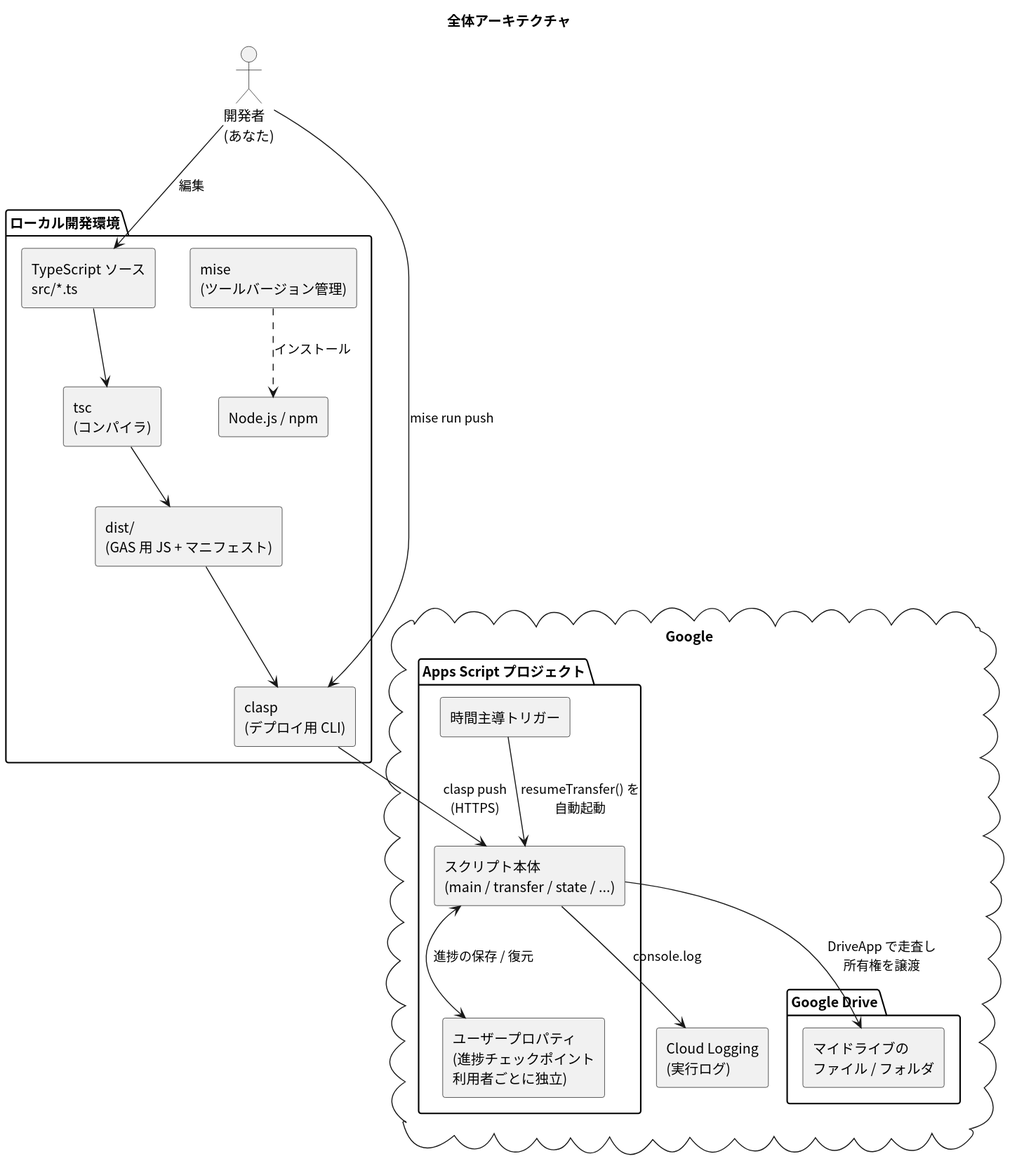
Above: gas-drive-ownership-transfer-2026-07-11/docs/textbook/images/01_architecture.svg in pollenjp-org/sandbox (PlantUML), before the change.
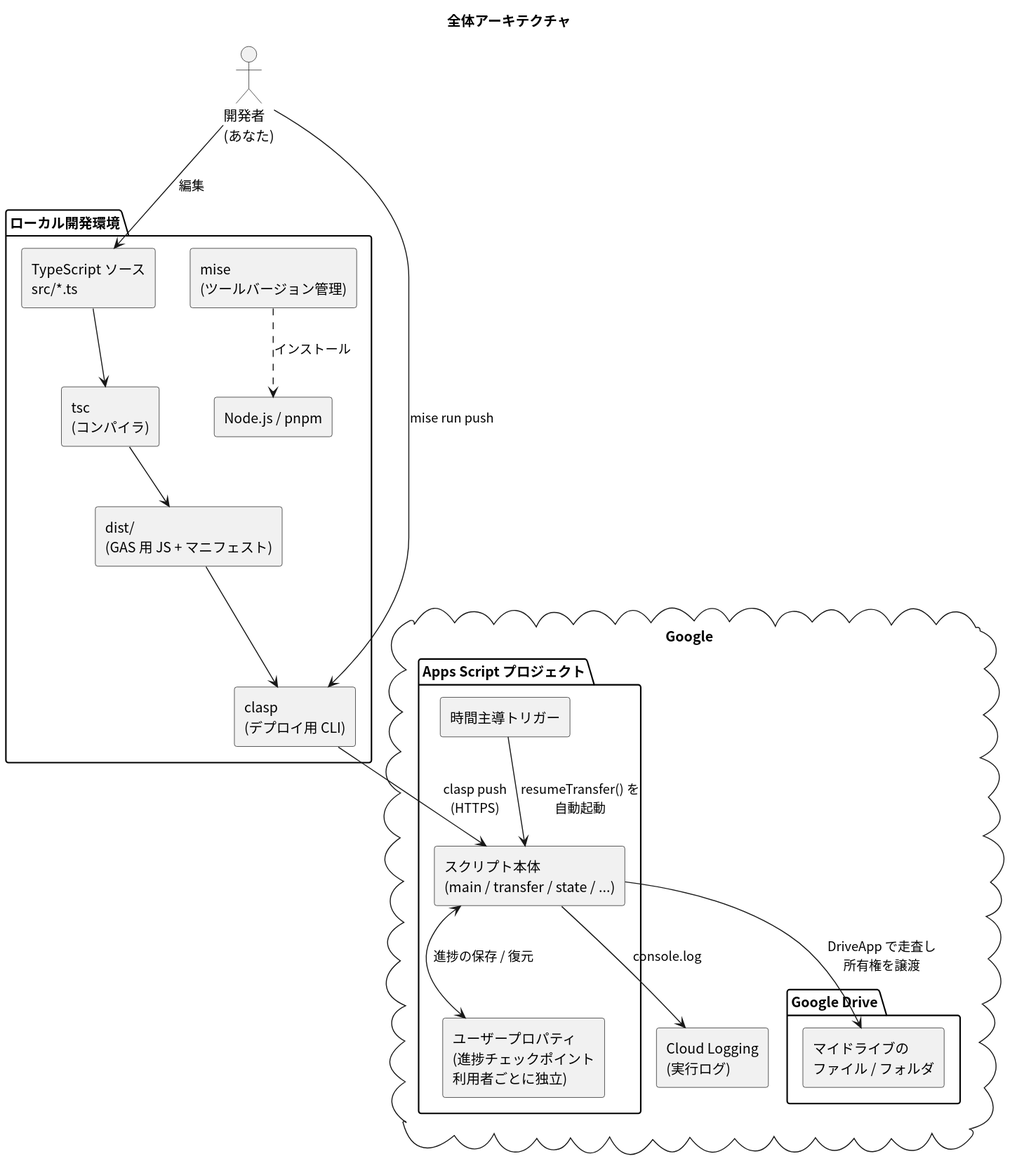
Later version of the same file.

Commit message:
Switch to pnpm with minimumReleaseAge supply-chain guard

Diff of the diagram source:
```diff
@@ -8,7 +8,7 @@
 
 package "ローカル開発環境" {
   component "mise\n(ツールバージョン管理)" as mise
-  component "Node.js / npm" as node
+  component "Node.js / pnpm" as node
   component "TypeScript ソース\nsrc/*.ts" as src
   component "tsc\n(コンパイラ)" as tsc
   component "dist/\n(GAS 用 JS + マニフェスト)" as dist
```
